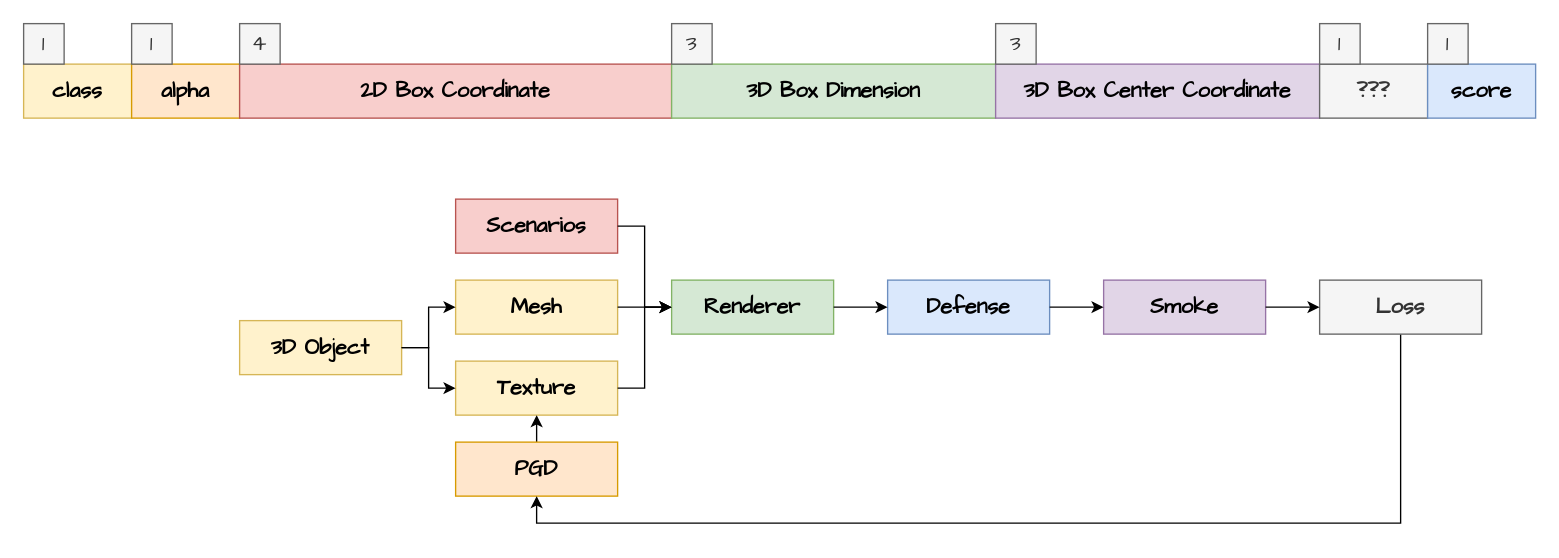
The draw.io diagram Untitled Diagram.drawio in umiskky/Diagrams, before the edit. Source tidied: cells renumbered, new cells numbered last; positions are measured from the earlier drawing's top-left corner, leaving out a move shared by most shapes. Both pictures are drawn from the tidied source at 135%, with x=0, y=0 at pixel (23, 23).
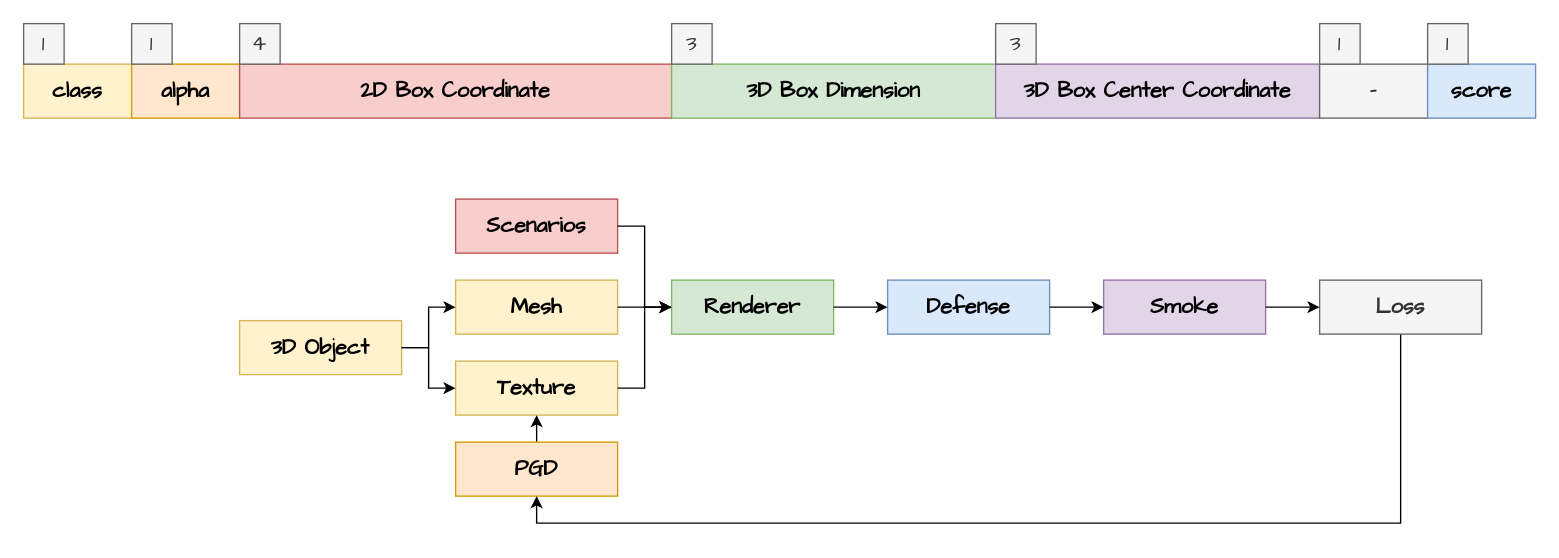
The same diagram, later.

Unchanged cells that the change refers to:
```xml
<mxCell id="2" style="group;" parent="1" vertex="1">
  <mxGeometry width="1120" height="70" as="geometry" />
</mxCell>
```

Change to the diagram source:
```diff
@@
-    <mxCell id="8" value="&lt;font face=&quot;Comic Sans MS&quot; size=&quot;1&quot;&gt;&lt;b style=&quot;font-size: 16px&quot;&gt;???&lt;/b&gt;&lt;/font&gt;" style="rounded=0;whiteSpace=wrap;html=1;fillColor=#f5f5f5;fontColor=#333333;strokeColor=#666666;" parent="2" vertex="1">
+    <mxCell id="8" value="&lt;font face=&quot;Comic Sans MS&quot; size=&quot;1&quot;&gt;&lt;b style=&quot;font-size: 16px&quot;&gt;-&lt;/b&gt;&lt;/font&gt;" style="rounded=0;whiteSpace=wrap;html=1;fillColor=#f5f5f5;fontColor=#333333;strokeColor=#666666;" parent="2" vertex="1">
       <mxGeometry x="960" y="30" width="80" height="40" as="geometry" />
     </mxCell>
```
